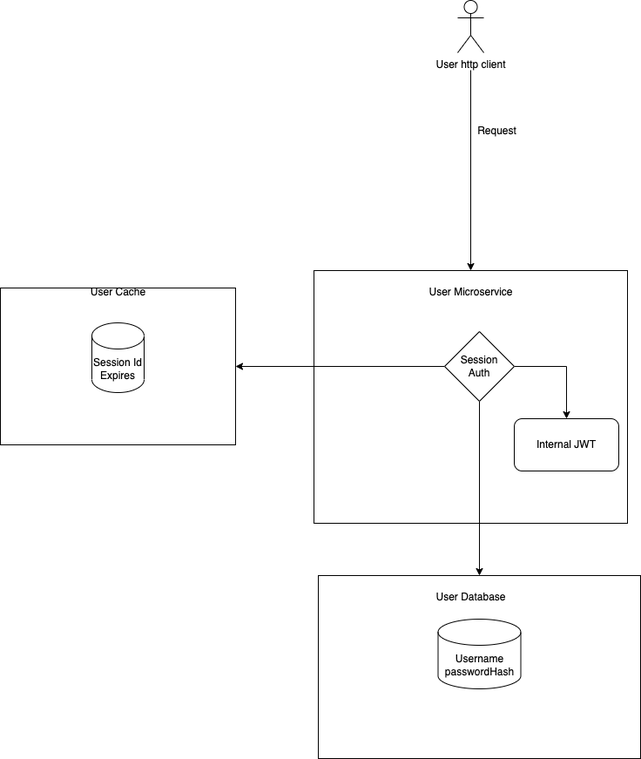
This is service-bid-platform-architecture.png from PanGan21/service-bid-platform, a draw.io export, as it was before one commit. Source tidied: cells renumbered, new cells last; positions are measured from the earlier drawing's top-left corner, leaving out a move shared by most shapes. Its diagram source:
```xml
<mxGraphModel>
  <root>
    <mxCell id="0" />
    <mxCell id="1" parent="0" />
    <mxCell id="2" style="edgeStyle=orthogonalEdgeStyle;rounded=0;jettySize=auto;html=1;endArrow=none;endFill=0;startArrow=classic;startFill=1;" parent="1" edge="1" source="3">
      <mxGeometry relative="1" as="geometry">
        <mxPoint x="540" y="80" as="targetPoint" />
      </mxGeometry>
    </mxCell>
    <mxCell id="3" style="rounded=0;whiteSpace=wrap;html=1;" parent="1" vertex="1">
      <mxGeometry x="360" y="310" width="360" height="290" as="geometry" />
    </mxCell>
    <mxCell id="4" value="Request" style="text;html=1;align=center;verticalAlign=middle;strokeColor=none;fillColor=none;" parent="1" vertex="1">
      <mxGeometry x="535" y="135" width="70" height="30" as="geometry" />
    </mxCell>
    <mxCell id="5" style="rounded=0;whiteSpace=wrap;html=1;" parent="1" vertex="1">
      <mxGeometry y="330" width="270" height="180" as="geometry" />
    </mxCell>
    <mxCell id="6" value="User Microservice" style="text;html=1;align=center;verticalAlign=middle;strokeColor=none;fillColor=none;" parent="1" vertex="1">
      <mxGeometry x="480" y="320" width="120" height="30" as="geometry" />
    </mxCell>
    <mxCell id="7" style="rounded=0;whiteSpace=wrap;html=1;" parent="1" vertex="1">
      <mxGeometry x="365" y="660" width="370" height="210" as="geometry" />
    </mxCell>
    <mxCell id="8" value="User Database" style="text;html=1;align=center;verticalAlign=middle;strokeColor=none;fillColor=none;" parent="1" vertex="1">
      <mxGeometry x="490" y="670" width="100" height="30" as="geometry" />
    </mxCell>
    <mxCell id="9" value="User Cache" style="text;html=1;align=center;verticalAlign=middle;strokeColor=none;fillColor=none;" parent="1" vertex="1">
      <mxGeometry x="90" y="320" width="90" height="30" as="geometry" />
    </mxCell>
    <mxCell id="10" style="edgeStyle=orthogonalEdgeStyle;rounded=0;jettySize=auto;html=1;entryX=1;entryY=0.5;entryDx=0;entryDy=0;startArrow=none;startFill=0;endArrow=classic;endFill=1;" parent="1" edge="1" source="13" target="5">
      <mxGeometry relative="1" as="geometry" />
    </mxCell>
    <mxCell id="11" style="edgeStyle=orthogonalEdgeStyle;rounded=0;jettySize=auto;html=1;entryX=0.5;entryY=0;entryDx=0;entryDy=0;startArrow=none;startFill=0;endArrow=classic;endFill=1;" parent="1" edge="1" source="13" target="7">
      <mxGeometry relative="1" as="geometry" />
    </mxCell>
    <mxCell id="12" style="edgeStyle=orthogonalEdgeStyle;rounded=0;jettySize=auto;html=1;entryX=0.5;entryY=0;entryDx=0;entryDy=0;startArrow=none;startFill=0;endArrow=classic;endFill=1;exitX=1;exitY=0.5;exitDx=0;exitDy=0;" parent="1" edge="1" source="13" target="14">
      <mxGeometry relative="1" as="geometry" />
    </mxCell>
    <mxCell id="13" value="Session&lt;br&gt;Auth" style="rhombus;whiteSpace=wrap;html=1;" parent="1" vertex="1">
      <mxGeometry x="510" y="380" width="80" height="80" as="geometry" />
    </mxCell>
    <mxCell id="14" value="Internal JWT" style="rounded=1;whiteSpace=wrap;html=1;" parent="1" vertex="1">
      <mxGeometry x="590" y="480" width="120" height="60" as="geometry" />
    </mxCell>
    <mxCell id="15" value="User http client" style="shape=umlActor;verticalLabelPosition=bottom;verticalAlign=top;html=1;" parent="1" vertex="1">
      <mxGeometry x="525" width="30" height="60" as="geometry" />
    </mxCell>
    <mxCell id="16" value="Session Id&lt;br&gt;Expires" style="shape=cylinder3;whiteSpace=wrap;html=1;boundedLbl=1;backgroundOutline=1;size=15;" parent="1" vertex="1">
      <mxGeometry x="105" y="370" width="60" height="80" as="geometry" />
    </mxCell>
    <mxCell id="17" value="Username&lt;br&gt;passwordHash" style="shape=cylinder3;whiteSpace=wrap;html=1;boundedLbl=1;backgroundOutline=1;size=15;" parent="1" vertex="1">
      <mxGeometry x="502.5" y="710" width="95" height="80" as="geometry" />
    </mxCell>
  </root>
</mxGraphModel>
```
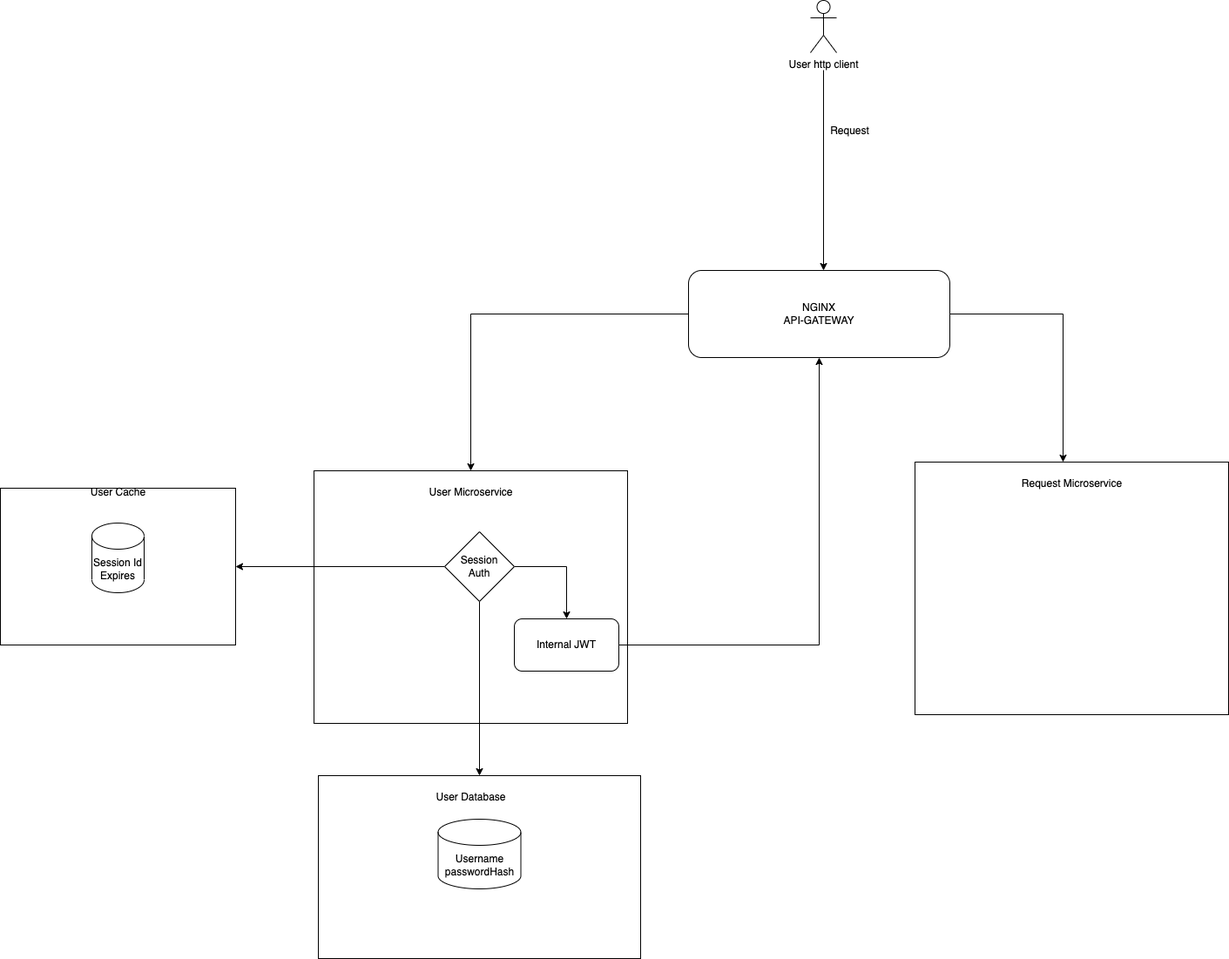
After the change.

Commit message:
infra: add basic forward auth and update diagram

Diff of the diagram source:
```diff
@@ -2,16 +2,17 @@
   <root>
     <mxCell id="0" />
     <mxCell id="1" parent="0" />
-    <mxCell id="2" style="edgeStyle=orthogonalEdgeStyle;rounded=0;jettySize=auto;html=1;endArrow=none;endFill=0;startArrow=classic;startFill=1;" parent="1" edge="1" source="3">
+    <mxCell id="2" style="edgeStyle=orthogonalEdgeStyle;rounded=0;orthogonalLoop=1;jettySize=auto;html=1;endArrow=none;endFill=0;startArrow=classic;startFill=1;" parent="1" edge="1">
       <mxGeometry relative="1" as="geometry">
-        <mxPoint x="540" y="80" as="targetPoint" />
+        <mxPoint x="945" y="80" as="sourcePoint" />
+        <mxPoint x="945" y="-150" as="targetPoint" />
       </mxGeometry>
     </mxCell>
     <mxCell id="3" style="rounded=0;whiteSpace=wrap;html=1;" parent="1" vertex="1">
       <mxGeometry x="360" y="310" width="360" height="290" as="geometry" />
     </mxCell>
     <mxCell id="4" value="Request" style="text;html=1;align=center;verticalAlign=middle;strokeColor=none;fillColor=none;" parent="1" vertex="1">
-      <mxGeometry x="535" y="135" width="70" height="30" as="geometry" />
+      <mxGeometry x="940" y="-95" width="70" height="30" as="geometry" />
     </mxCell>
     <mxCell id="5" style="rounded=0;whiteSpace=wrap;html=1;" parent="1" vertex="1">
       <mxGeometry y="330" width="270" height="180" as="geometry" />
@@ -40,11 +41,14 @@
     <mxCell id="13" value="Session&lt;br&gt;Auth" style="rhombus;whiteSpace=wrap;html=1;" parent="1" vertex="1">
       <mxGeometry x="510" y="380" width="80" height="80" as="geometry" />
     </mxCell>
+    <mxCell id="18" style="edgeStyle=orthogonalEdgeStyle;rounded=0;jettySize=auto;html=1;entryX=0.5;entryY=1;entryDx=0;entryDy=0;" parent="1" edge="1" source="14" target="21">
+      <mxGeometry relative="1" as="geometry" />
+    </mxCell>
     <mxCell id="14" value="Internal JWT" style="rounded=1;whiteSpace=wrap;html=1;" parent="1" vertex="1">
       <mxGeometry x="590" y="480" width="120" height="60" as="geometry" />
     </mxCell>
     <mxCell id="15" value="User http client" style="shape=umlActor;verticalLabelPosition=bottom;verticalAlign=top;html=1;" parent="1" vertex="1">
-      <mxGeometry x="525" width="30" height="60" as="geometry" />
+      <mxGeometry x="930" y="-230" width="30" height="60" as="geometry" />
     </mxCell>
     <mxCell id="16" value="Session Id&lt;br&gt;Expires" style="shape=cylinder3;whiteSpace=wrap;html=1;boundedLbl=1;backgroundOutline=1;size=15;" parent="1" vertex="1">
       <mxGeometry x="105" y="370" width="60" height="80" as="geometry" />
@@ -52,5 +56,22 @@
     <mxCell id="17" value="Username&lt;br&gt;passwordHash" style="shape=cylinder3;whiteSpace=wrap;html=1;boundedLbl=1;backgroundOutline=1;size=15;" parent="1" vertex="1">
       <mxGeometry x="502.5" y="710" width="95" height="80" as="geometry" />
     </mxCell>
+    <mxCell id="19" style="edgeStyle=orthogonalEdgeStyle;rounded=0;jettySize=auto;html=1;entryX=0.5;entryY=0;entryDx=0;entryDy=0;" parent="1" edge="1" source="21" target="3">
+      <mxGeometry relative="1" as="geometry" />
+    </mxCell>
+    <mxCell id="20" style="edgeStyle=orthogonalEdgeStyle;rounded=0;jettySize=auto;html=1;" parent="1" edge="1" source="21">
+      <mxGeometry relative="1" as="geometry">
+        <mxPoint x="1220" y="300" as="targetPoint" />
+      </mxGeometry>
+    </mxCell>
+    <mxCell id="21" value="NGINX&lt;br&gt;API-GATEWAY" style="rounded=1;whiteSpace=wrap;html=1;" parent="1" vertex="1">
+      <mxGeometry x="790" y="80" width="300" height="100" as="geometry" />
+    </mxCell>
+    <mxCell id="22" style="rounded=0;whiteSpace=wrap;html=1;" parent="1" vertex="1">
+      <mxGeometry x="1050" y="300" width="360" height="290" as="geometry" />
+    </mxCell>
+    <mxCell id="23" value="Request Microservice" style="text;html=1;align=center;verticalAlign=middle;strokeColor=none;fillColor=none;" parent="1" vertex="1">
+      <mxGeometry x="1160" y="310" width="140" height="30" as="geometry" />
+    </mxCell>
   </root>
 </mxGraphModel>
```
